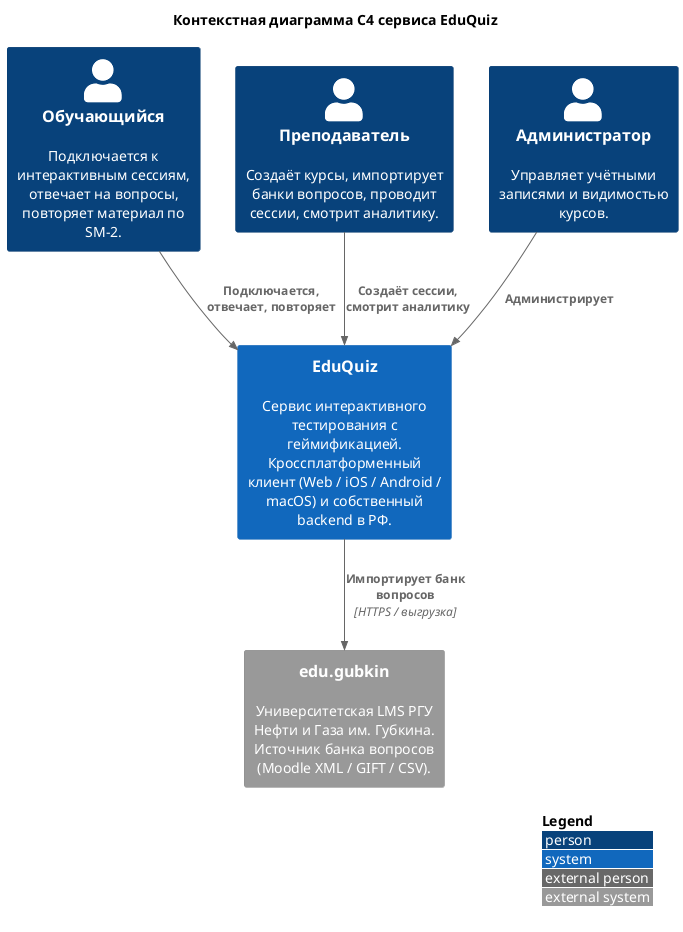
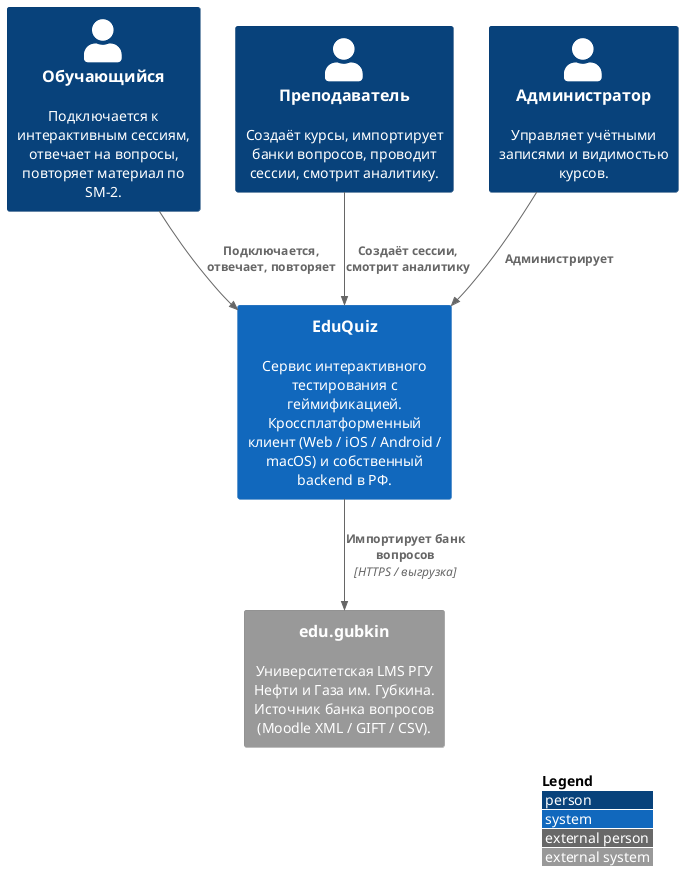
@startuml c4-context
!include <C4/C4_Context>
- 
- title Контекстная диаграмма C4 сервиса EduQuiz

LAYOUT_WITH_LEGEND()

Person(student, "Обучающийся", "Подключается к интерактивным сессиям, отвечает на вопросы, повторяет материал по SM-2.")
Person(teacher, "Преподаватель", "Создаёт курсы, импортирует банки вопросов, проводит сессии, смотрит аналитику.")
Person(admin,   "Администратор", "Управляет учётными записями и видимостью курсов.")

System(eduquiz, "EduQuiz", "Сервис интерактивного тестирования с геймификацией. Кроссплатформенный клиент (Web / iOS / Android / macOS) и собственный backend в РФ.")

System_Ext(edugubkin, "edu.gubkin", "Университетская LMS РГУ Нефти и Газа им. Губкина. Источник банка вопросов (Moodle XML / GIFT / CSV).")

Rel(student, eduquiz, "Подключается, отвечает, повторяет")
Rel(teacher, eduquiz, "Создаёт сессии, смотрит аналитику")
Rel(admin,   eduquiz, "Администрирует")
Rel(eduquiz, edugubkin, "Импортирует банк вопросов", "HTTPS / выгрузка")

@enduml
